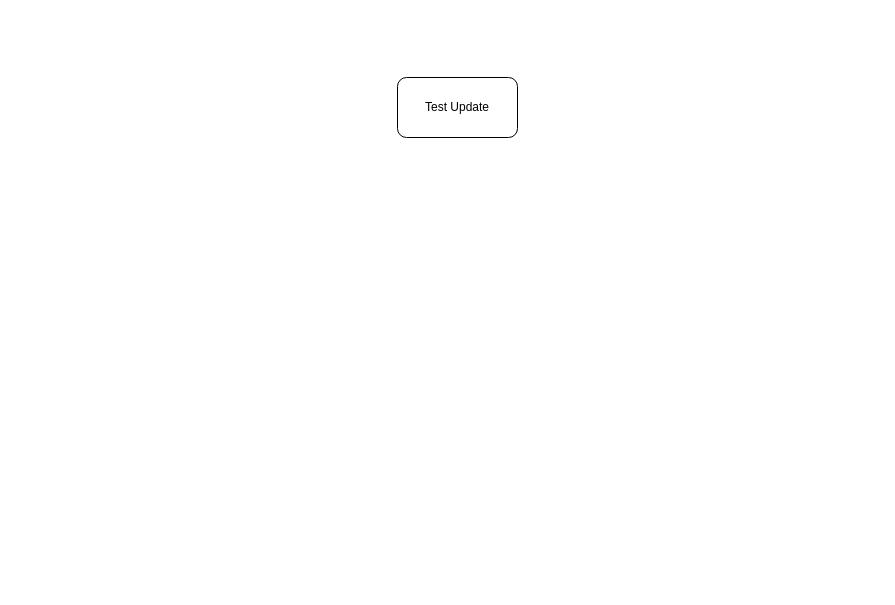
aayush-tuladhar-kr/drawio keeps this draw.io diagram as kroger.drawio. Above is the earlier version. Source tidied: cells renumbered, new cells numbered last; positions are measured from the earlier drawing's top-left corner, leaving out a move shared by most shapes. Both pictures are drawn from the tidied source at 100%, with x=0, y=0 at pixel (397, 77).
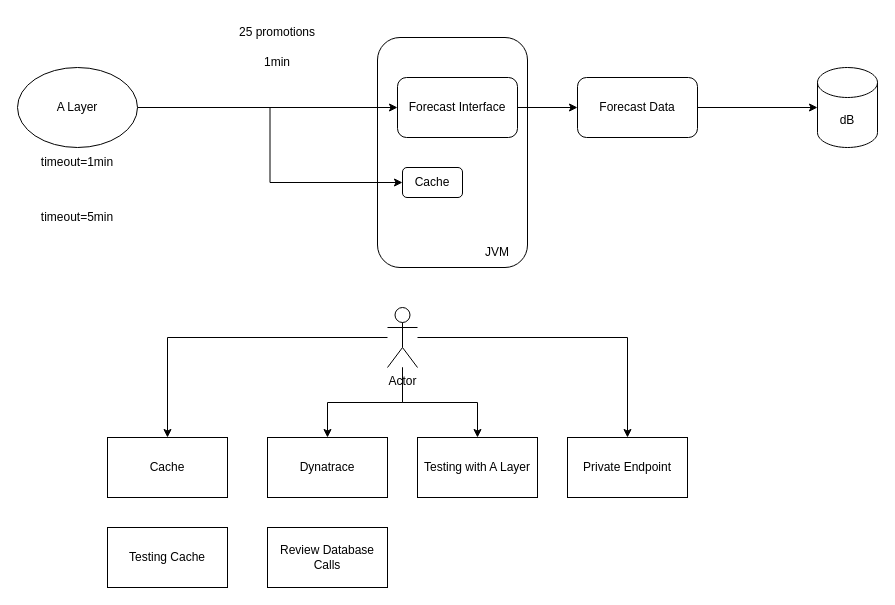
The same page after the edit.

Change to the diagram source:
```diff
@@
+    <mxCell id="3" style="rounded=1;whiteSpace=wrap;html=1;" parent="1" vertex="1">
+      <mxGeometry x="-20" y="-40" width="150" height="230" as="geometry" />
+    </mxCell>
+    <mxCell id="4" style="edgeStyle=orthogonalEdgeStyle;rounded=0;jettySize=auto;html=1;" parent="1" edge="1" source="2" target="6">
+      <mxGeometry relative="1" as="geometry" />
+    </mxCell>
-    <mxCell id="2" value="Test Update" style="rounded=1;whiteSpace=wrap;html=1;" parent="1" vertex="1">
+    <mxCell id="2" value="Forecast Interface" style="rounded=1;whiteSpace=wrap;html=1;" parent="1" vertex="1">
       <mxGeometry width="120" height="60" as="geometry" />
     </mxCell>
+    <mxCell id="5" style="edgeStyle=orthogonalEdgeStyle;rounded=0;jettySize=auto;html=1;" parent="1" edge="1" source="6" target="7">
+      <mxGeometry relative="1" as="geometry" />
+    </mxCell>
+    <mxCell id="6" value="Forecast Data" style="rounded=1;whiteSpace=wrap;html=1;" parent="1" vertex="1">
+      <mxGeometry x="180" width="120" height="60" as="geometry" />
+    </mxCell>
+    <mxCell id="7" value="dB" style="shape=cylinder3;whiteSpace=wrap;html=1;boundedLbl=1;backgroundOutline=1;size=15;" parent="1" vertex="1">
+      <mxGeometry x="420" y="-10" width="60" height="80" as="geometry" />
+    </mxCell>
+    <mxCell id="8" style="edgeStyle=orthogonalEdgeStyle;rounded=0;jettySize=auto;html=1;entryX=0;entryY=0.5;entryDx=0;entryDy=0;" parent="1" edge="1" source="10" target="11">
+      <mxGeometry relative="1" as="geometry" />
+    </mxCell>
+    <mxCell id="9" style="edgeStyle=orthogonalEdgeStyle;rounded=0;jettySize=auto;html=1;" parent="1" edge="1" source="10" target="2">
+      <mxGeometry relative="1" as="geometry" />
+    </mxCell>
+    <mxCell id="10" value="A Layer" style="ellipse;whiteSpace=wrap;html=1;" parent="1" vertex="1">
+      <mxGeometry x="-380" y="-10" width="120" height="80" as="geometry" />
+    </mxCell>
+    <mxCell id="11" value="Cache" style="rounded=1;whiteSpace=wrap;html=1;" parent="1" vertex="1">
+      <mxGeometry x="5" y="90" width="60" height="30" as="geometry" />
+    </mxCell>
+    <mxCell id="12" value="JVM" style="text;html=1;align=center;verticalAlign=middle;whiteSpace=wrap;rounded=0;" parent="1" vertex="1">
+      <mxGeometry x="70" y="160" width="60" height="30" as="geometry" />
+    </mxCell>
+    <mxCell id="13" value="timeout=1min" style="text;html=1;align=center;verticalAlign=middle;whiteSpace=wrap;rounded=0;" parent="1" vertex="1">
+      <mxGeometry x="-350" y="70" width="60" height="30" as="geometry" />
+    </mxCell>
+    <mxCell id="14" value="1min" style="text;html=1;align=center;verticalAlign=middle;whiteSpace=wrap;rounded=0;" parent="1" vertex="1">
+      <mxGeometry x="-150" y="-30" width="60" height="30" as="geometry" />
+    </mxCell>
+    <mxCell id="15" value="25 promotions" style="text;html=1;align=center;verticalAlign=middle;whiteSpace=wrap;rounded=0;" parent="1" vertex="1">
+      <mxGeometry x="-180" y="-60" width="120" height="30" as="geometry" />
+    </mxCell>
+    <mxCell id="16" value="timeout=5min" style="text;html=1;align=center;verticalAlign=middle;whiteSpace=wrap;rounded=0;" parent="1" vertex="1">
+      <mxGeometry x="-350" y="125" width="60" height="30" as="geometry" />
+    </mxCell>
+    <mxCell id="17" value="Cache" style="rounded=0;whiteSpace=wrap;html=1;" parent="1" vertex="1">
+      <mxGeometry x="-290" y="360" width="120" height="60" as="geometry" />
+    </mxCell>
+    <mxCell id="18" value="Dynatrace" style="rounded=0;whiteSpace=wrap;html=1;" parent="1" vertex="1">
+      <mxGeometry x="-130" y="360" width="120" height="60" as="geometry" />
+    </mxCell>
+    <mxCell id="19" value="Testing with A Layer" style="rounded=0;whiteSpace=wrap;html=1;" parent="1" vertex="1">
+      <mxGeometry x="20" y="360" width="120" height="60" as="geometry" />
+    </mxCell>
+    <mxCell id="20" value="Private Endpoint" style="rounded=0;whiteSpace=wrap;html=1;" parent="1" vertex="1">
+      <mxGeometry x="170" y="360" width="120" height="60" as="geometry" />
+    </mxCell>
+    <mxCell id="21" value="Review Database Calls" style="rounded=0;whiteSpace=wrap;html=1;" parent="1" vertex="1">
+      <mxGeometry x="-130" y="450" width="120" height="60" as="geometry" />
+    </mxCell>
+    <mxCell id="22" style="edgeStyle=orthogonalEdgeStyle;rounded=0;jettySize=auto;html=1;" parent="1" edge="1" source="26" target="17">
+      <mxGeometry relative="1" as="geometry" />
+    </mxCell>
+    <mxCell id="23" style="edgeStyle=orthogonalEdgeStyle;rounded=0;jettySize=auto;html=1;entryX=0.5;entryY=0;entryDx=0;entryDy=0;" parent="1" edge="1" source="26" target="18">
+      <mxGeometry relative="1" as="geometry" />
+    </mxCell>
+    <mxCell id="24" style="edgeStyle=orthogonalEdgeStyle;rounded=0;jettySize=auto;html=1;entryX=0.5;entryY=0;entryDx=0;entryDy=0;" parent="1" edge="1" source="26" target="19">
+      <mxGeometry relative="1" as="geometry" />
+    </mxCell>
+    <mxCell id="25" style="edgeStyle=orthogonalEdgeStyle;rounded=0;jettySize=auto;html=1;entryX=0.5;entryY=0;entryDx=0;entryDy=0;" parent="1" edge="1" source="26" target="20">
+      <mxGeometry relative="1" as="geometry" />
+    </mxCell>
+    <mxCell id="26" value="Actor" style="shape=umlActor;verticalLabelPosition=bottom;verticalAlign=top;html=1;outlineConnect=0;" parent="1" vertex="1">
+      <mxGeometry x="-10" y="230" width="30" height="60" as="geometry" />
+    </mxCell>
+    <mxCell id="27" value="Testing Cache" style="rounded=0;whiteSpace=wrap;html=1;" parent="1" vertex="1">
+      <mxGeometry x="-290" y="450" width="120" height="60" as="geometry" />
+    </mxCell>
```
